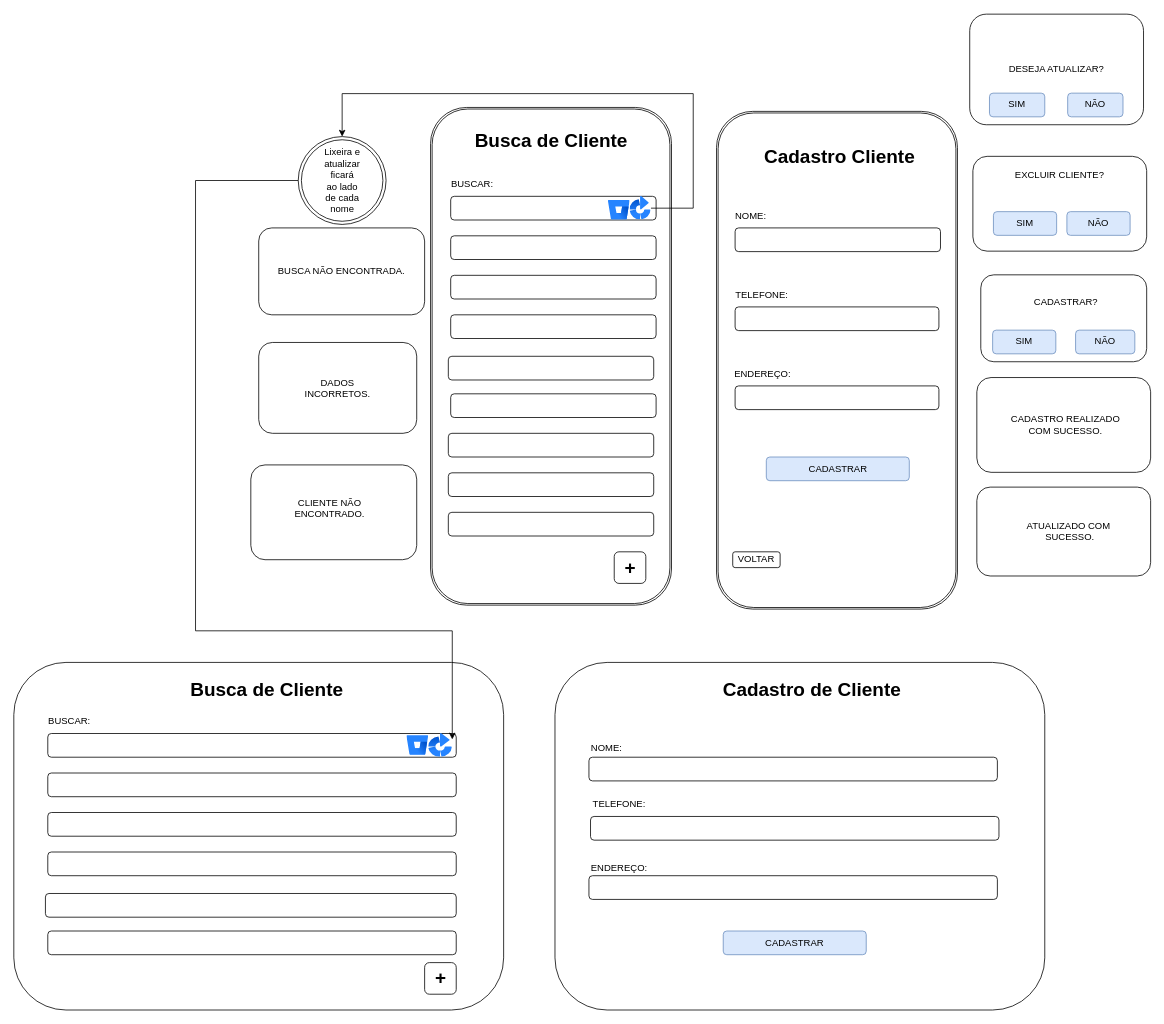
rafaelareisilva/avatar.app keeps this draw.io diagram as page "Página-1" (1 of 14) of DOC/tela.drawio. Above is the earlier version. Source tidied: cells renumbered, new cells numbered last; positions are measured from the earlier drawing's top-left corner, leaving out a move shared by most shapes. Both pictures are drawn from the tidied source at 79%, with x=0, y=0 at pixel (13, 13).
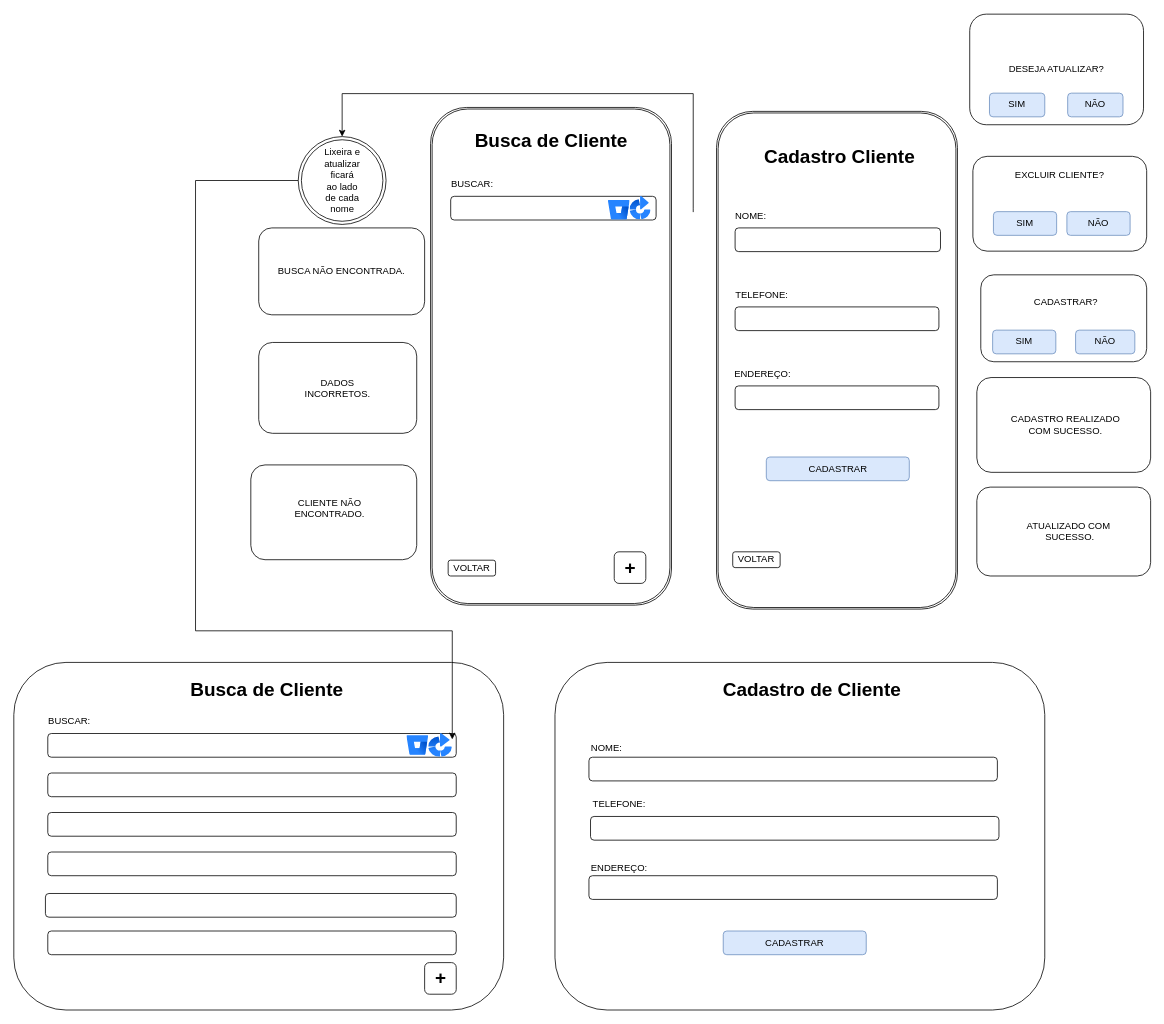
Above is the later version.

The change refers to these unchanged cells:
```xml
<mxCell id="26" style="image;html=1;image=img/lib/atlassian/Bamboo_Logo.svg;" parent="1" vertex="1">
  <mxGeometry x="780" y="231" width="26.5" height="30" as="geometry" />
</mxCell>
<mxCell id="33" style="ellipse;shape=doubleEllipse;whiteSpace=wrap;html=1;" parent="1" vertex="1">
  <mxGeometry x="360" y="155.4" width="111.2" height="111.2" as="geometry" />
</mxCell>
```

What changed in the source:
```diff
@@
-    <mxCell id="16" style="rounded=1;whiteSpace=wrap;html=1;" parent="1" vertex="1">
-      <mxGeometry x="553" y="281" width="260" height="30" as="geometry" />
-    </mxCell>
-    <mxCell id="17" style="rounded=1;whiteSpace=wrap;html=1;" parent="1" vertex="1">
-      <mxGeometry x="553" y="331" width="260" height="30" as="geometry" />
-    </mxCell>
-    <mxCell id="18" style="rounded=1;whiteSpace=wrap;html=1;" parent="1" vertex="1">
-      <mxGeometry x="553" y="381" width="260" height="30" as="geometry" />
-    </mxCell>
-    <mxCell id="19" style="rounded=1;whiteSpace=wrap;html=1;" parent="1" vertex="1">
-      <mxGeometry x="550" y="433.5" width="260" height="30" as="geometry" />
-    </mxCell>
-    <mxCell id="20" style="rounded=1;whiteSpace=wrap;html=1;" parent="1" vertex="1">
-      <mxGeometry x="553" y="481" width="260" height="30" as="geometry" />
-    </mxCell>
-    <mxCell id="21" style="rounded=1;whiteSpace=wrap;html=1;" parent="1" vertex="1">
-      <mxGeometry x="550" y="531" width="260" height="30" as="geometry" />
-    </mxCell>
-    <mxCell id="22" style="rounded=1;whiteSpace=wrap;html=1;" parent="1" vertex="1">
-      <mxGeometry x="550" y="581" width="260" height="30" as="geometry" />
-    </mxCell>
-    <mxCell id="23" style="rounded=1;whiteSpace=wrap;html=1;" parent="1" vertex="1">
-      <mxGeometry x="550" y="631" width="260" height="30" as="geometry" />
-    </mxCell>
@@
-    <mxCell id="25" style="edgeStyle=orthogonalEdgeStyle;rounded=0;jettySize=auto;html=1;entryX=0.5;entryY=0;entryDx=0;entryDy=0;" parent="1" edge="1" source="26" target="33">
+    <mxCell id="25" style="edgeStyle=orthogonalEdgeStyle;rounded=0;jettySize=auto;html=1;entryX=0.5;entryY=0;entryDx=0;entryDy=0;" parent="1" edge="1" target="33">
       <mxGeometry relative="1" as="geometry">
+        <mxPoint x="860" y="251" as="sourcePoint" />
         <Array as="points">
           <mxPoint x="860" y="246" />
           <mxPoint x="860" y="101" />
           <mxPoint x="416" y="101" />
         </Array>
       </mxGeometry>
     </mxCell>
@@
+    <mxCell id="73" value="VOLTAR" style="rounded=1;whiteSpace=wrap;html=1;" parent="1" vertex="1">
+      <mxGeometry x="549.8" y="691.6" width="60" height="20" as="geometry" />
+    </mxCell>
```
